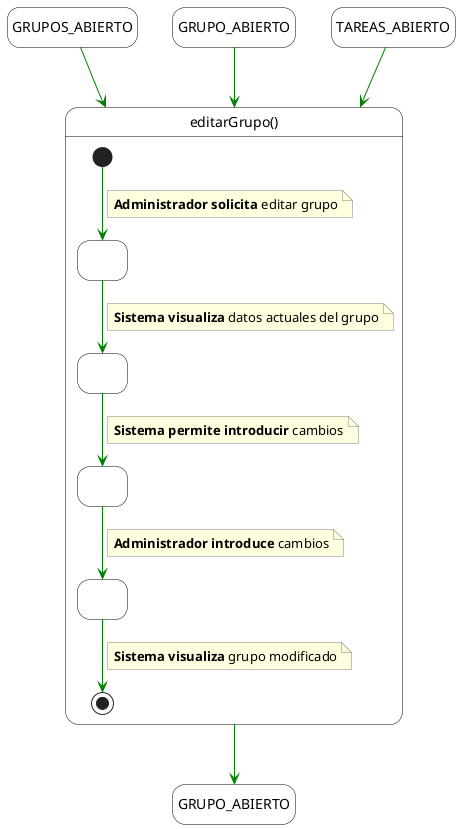
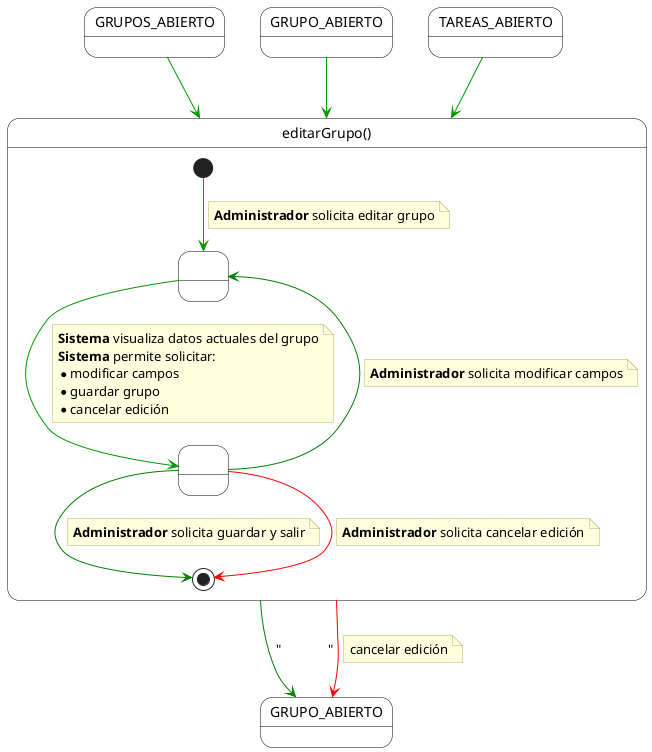
@startuml
- hide empty description
+ ' Configuración visual
+ skinparam monochrome false
+ skinparam shadow false
+ top to bottom direction

- ' Estilos visuales
skinparam state {
    BackgroundColor White
    BorderColor Black
-     ArrowColor Green
- }
- skinparam note {
-     BackgroundColor LightYellow
-     BorderColor Gray
+     ArrowColor #009900
+     StartColor Black
+     EndColor Black
}

- ' 1. Estados de Entrada (Arriba)
- ' Usamos alias para duplicar visualmente el estado GRUPO_ABIERTO arriba sin romper la lógica
+ skinparam note {
+     BackgroundColor #FFFFE0
+     BorderColor #B0B060
+     FontName Arial
+ }
+ 
+ ' Estados externos de entrada
state GRUPOS_ABIERTO
- state "GRUPO_ABIERTO" as GRUPO_ABIERTO_IN
+ state GRUPO_ABIERTO
state TAREAS_ABIERTO

- ' 2. Estado de Salida (Abajo)
- state "GRUPO_ABIERTO" as GRUPO_ABIERTO_OUT
+ ' Estado compuesto principal
+ state "editarGrupo()" as EditarGrupoContainer {

- ' 3. Estado compuesto principal: editarGrupo()
- state "editarGrupo()" as MainBlock {
+     state " " as EstadoPreVisualizacion
+     state " " as EstadoDecision

-     ' Inicio
-     [*] --> Paso1
+     [*] --> EstadoPreVisualizacion
    note on link
-         **Administrador solicita** editar grupo
+         **Administrador** solicita editar grupo
    end note

-     state Paso1 as " "
- 
-     ' Sistema muestra datos actuales
-     Paso1 --> Paso2
+     EstadoPreVisualizacion --> EstadoDecision
    note on link
-         **Sistema visualiza** datos actuales del grupo
+         **Sistema** visualiza datos actuales del grupo
+         **Sistema** permite solicitar:
+         * modificar campos
+         * guardar grupo
+         * cancelar edición
    end note

-     state Paso2 as " "
- 
-     ' Sistema habilita edición (Separado)
-     Paso2 --> Paso3
+     ' Bucle
+     EstadoDecision -[#green]up-> EstadoPreVisualizacion
    note on link
-         **Sistema permite introducir** cambios
+         **Administrador** solicita modificar campos
    end note

-     state Paso3 as " "
- 
-     ' Actor introduce cambios
-     Paso3 --> Paso4
+     ' Salidas internas
+     EstadoDecision -[#green]down-> [*]
    note on link
-         **Administrador introduce** cambios
+         **Administrador** solicita guardar y salir
    end note

-     state Paso4 as " "
- 
-     ' Sistema confirma y termina
-     Paso4 --> [*]
+     EstadoDecision -[#red]down-> [*]
    note on link
-         **Sistema visualiza** grupo modificado
+         **Administrador** solicita cancelar edición
    end note
}

- ' 4. Conexiones
- ' Todas las entradas bajan al bloque principal
- GRUPOS_ABIERTO -down-> MainBlock
- GRUPO_ABIERTO_IN -down-> MainBlock
- TAREAS_ABIERTO -down-> MainBlock
+ ' Estado final externo
+ state "GRUPO_ABIERTO" as GrupoAbiertoFinal

- ' Salida final
- MainBlock -down-> GRUPO_ABIERTO_OUT
+ ' --- TRANSICIONES EXTERNAS ---
+ 
+ GRUPOS_ABIERTO --> EditarGrupoContainer
+ GRUPO_ABIERTO --> EditarGrupoContainer
+ TAREAS_ABIERTO --> EditarGrupoContainer
+ 
+ ' --- SALIDAS HACIA GRUPO_ABIERTO ---
+ 
+ ' 1. Salida de Éxito (Verde)
+ ' TRUCO: Añadimos comillas con espacios vacíos para forzar la separación visual
+ EditarGrupoContainer -[#green]-> GrupoAbiertoFinal : "              "
+ 
+ ' 2. Salida de Cancelación (Rojo)
+ EditarGrupoContainer -[#red]-> GrupoAbiertoFinal
+ note on link
+     cancelar edición
+ end note

@enduml